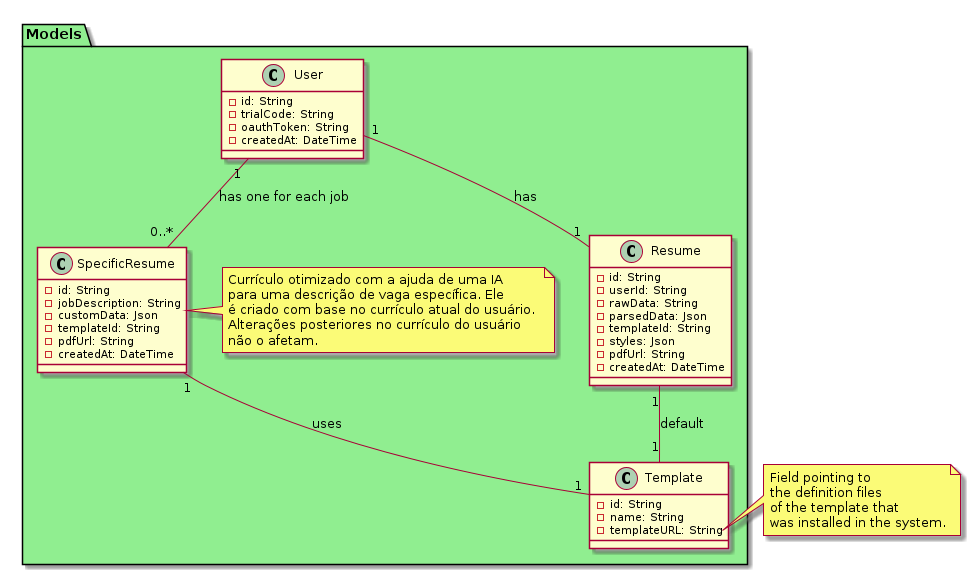
The PlantUML diagram docs/pt-br/images/ResumeClass.png in lalgarve/ResumeBuilder, before a commit.
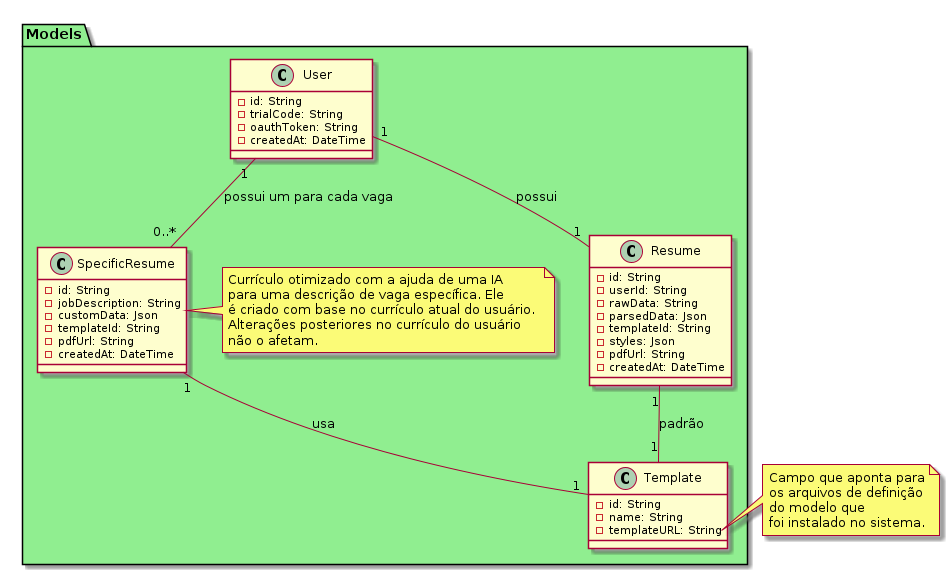
After the change.

What changed in the source:
```diff
@@ -43,16 +43,16 @@
 }
 
 note right of Template::templateURL
-	Field pointing to
-	the definition files
-	of the template that
-	was installed in the system.
+    Campo que aponta para
+    os arquivos de definição
+    do modelo que
+    foi instalado no sistema.
 endnote
 
 
-User "1" -- "1" Resume : "has"
-User "1" -- "0..*" SpecificResume : "has one for each job"
-SpecificResume "1" -- "1" Template : "uses"
-Resume "1" -- "1" Template : "default"
+User "1" -- "1" Resume : "possui"
+User "1" -- "0..*" SpecificResume : "possui um para cada vaga"
+SpecificResume "1" -- "1" Template : "usa"
+Resume "1" -- "1" Template : "padrão"
 
 @enduml
```
